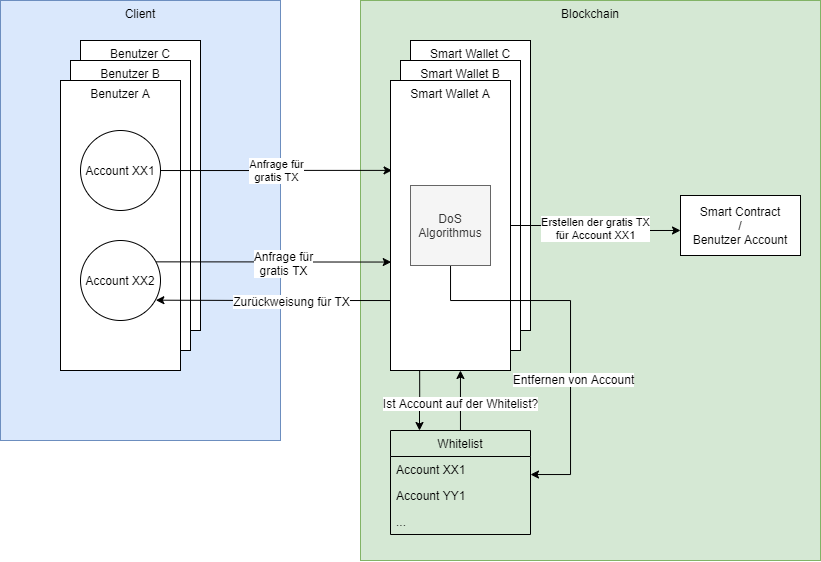
The draw.io diagram Report/images/solution1_v2.png in Geryones/BlockChain_TransactionManager, before a commit. Source tidied: cells renumbered, new cells last; positions are measured from the earlier drawing's top-left corner, leaving out a move shared by most shapes.
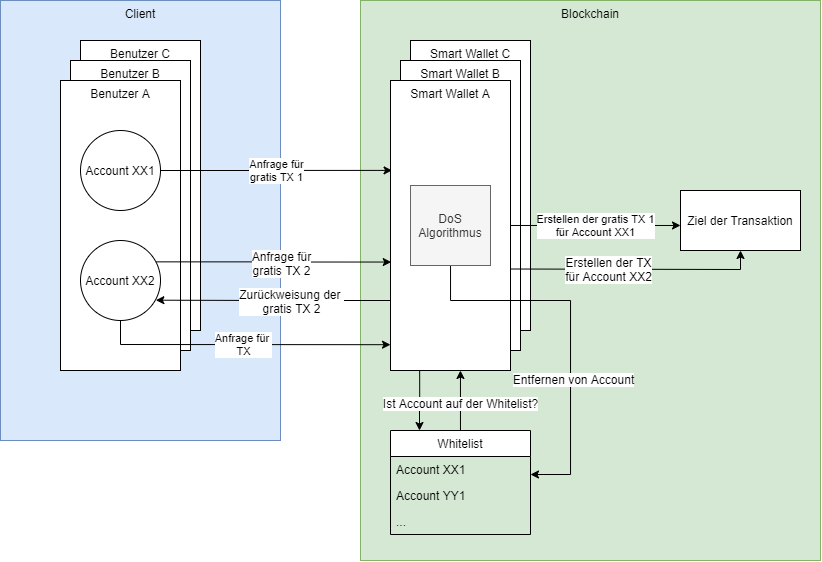
Later version of the same file.

Change to the diagram source:
```diff
@@ -17,7 +17,7 @@
     <mxCell id="6" value="Benutzer A" style="rounded=0;whiteSpace=wrap;html=1;verticalAlign=top;" parent="1" vertex="1">
       <mxGeometry x="60" y="80" width="120" height="290" as="geometry" />
     </mxCell>
-    <mxCell id="7" value="Anfrage für&lt;br&gt;gratis TX" style="edgeStyle=orthogonalEdgeStyle;rounded=0;jettySize=auto;html=1;entryX=0.013;entryY=0.31;entryDx=0;entryDy=0;entryPerimeter=0;" parent="1" edge="1" source="8" target="18">
+    <mxCell id="7" value="Anfrage für&lt;br&gt;gratis TX 1" style="edgeStyle=orthogonalEdgeStyle;rounded=0;jettySize=auto;html=1;entryX=0.013;entryY=0.31;entryDx=0;entryDy=0;entryPerimeter=0;" parent="1" edge="1" source="8" target="18">
       <mxGeometry relative="1" as="geometry" />
     </mxCell>
     <mxCell id="8" value="Account XX1" style="ellipse;whiteSpace=wrap;html=1;" parent="1" vertex="1">
@@ -26,7 +26,7 @@
     <mxCell id="9" style="edgeStyle=orthogonalEdgeStyle;rounded=0;jettySize=auto;html=1;exitX=0.946;exitY=0.267;exitDx=0;exitDy=0;exitPerimeter=0;entryX=0.006;entryY=0.626;entryDx=0;entryDy=0;entryPerimeter=0;" parent="1" edge="1" source="11" target="18">
       <mxGeometry relative="1" as="geometry" />
     </mxCell>
-    <mxCell id="10" value="Anfrage für&lt;br&gt;gratis TX" style="text;html=1;align=center;verticalAlign=middle;labelBackgroundColor=#ffffff;" parent="9" vertex="1">
+    <mxCell id="10" value="Anfrage für&lt;br&gt;gratis TX 2" style="text;html=1;align=center;verticalAlign=middle;labelBackgroundColor=#ffffff;" parent="9" vertex="1">
       <mxGeometry x="0.08" y="-1" relative="1" as="geometry" />
     </mxCell>
     <mxCell id="11" value="Account XX2" style="ellipse;whiteSpace=wrap;html=1;" parent="1" vertex="1">
@@ -43,7 +43,7 @@
         <mxPoint x="419" y="430" as="targetPoint" />
       </mxGeometry>
     </mxCell>
-    <mxCell id="15" value="Erstellen der gratis TX&lt;br&gt;für Account XX1" style="edgeStyle=orthogonalEdgeStyle;rounded=0;jettySize=auto;html=1;entryX=0;entryY=0.583;entryDx=0;entryDy=0;entryPerimeter=0;" parent="1" edge="1" source="18" target="22">
+    <mxCell id="15" value="Erstellen der gratis TX 1&lt;br&gt;für Account XX1" style="edgeStyle=orthogonalEdgeStyle;rounded=0;jettySize=auto;html=1;entryX=0;entryY=0.583;entryDx=0;entryDy=0;entryPerimeter=0;" parent="1" edge="1" source="18" target="22">
       <mxGeometry relative="1" as="geometry" />
     </mxCell>
     <mxCell id="16" style="edgeStyle=orthogonalEdgeStyle;rounded=0;jettySize=auto;html=1;entryX=0.942;entryY=0.746;entryDx=0;entryDy=0;entryPerimeter=0;exitX=0.008;exitY=0.797;exitDx=0;exitDy=0;exitPerimeter=0;" parent="1" edge="1" source="18" target="11">
@@ -54,7 +54,7 @@
         </Array>
       </mxGeometry>
     </mxCell>
-    <mxCell id="17" value="Zurückweisung für TX" style="text;html=1;align=center;verticalAlign=middle;labelBackgroundColor=#ffffff;" parent="16" vertex="1">
+    <mxCell id="17" value="Zurückweisung der &lt;br&gt;gratis TX 2" style="text;html=1;align=center;verticalAlign=middle;labelBackgroundColor=#ffffff;" parent="16" vertex="1">
       <mxGeometry x="0.1" y="1" relative="1" as="geometry">
         <mxPoint x="24.1" as="offset" />
       </mxGeometry>
@@ -77,8 +77,8 @@
     <mxCell id="21" value="DoS&lt;br&gt;Algorithmus" style="whiteSpace=wrap;html=1;fillColor=#f5f5f5;strokeColor=#666666;fontColor=#333333;" parent="1" vertex="1">
       <mxGeometry x="410" y="185" width="80" height="80" as="geometry" />
     </mxCell>
-    <mxCell id="22" value="Smart Contract&lt;br&gt;/&lt;br&gt;Benutzer Account" style="rounded=0;whiteSpace=wrap;html=1;" parent="1" vertex="1">
-      <mxGeometry x="680" y="195" width="120" height="60" as="geometry" />
+    <mxCell id="22" value="Ziel der Transaktion" style="rounded=0;whiteSpace=wrap;html=1;" parent="1" vertex="1">
+      <mxGeometry x="680" y="190" width="120" height="60" as="geometry" />
     </mxCell>
     <mxCell id="23" style="edgeStyle=orthogonalEdgeStyle;rounded=0;jettySize=auto;html=1;entryX=0.583;entryY=1;entryDx=0;entryDy=0;entryPerimeter=0;" parent="1" edge="1" source="25" target="18">
       <mxGeometry relative="1" as="geometry" />
@@ -86,7 +86,7 @@
     <mxCell id="24" value="Ist Account auf der Whitelist?" style="text;html=1;align=center;verticalAlign=middle;labelBackgroundColor=#ffffff;" parent="23" vertex="1">
       <mxGeometry x="-0.1" relative="1" as="geometry" />
     </mxCell>
-    <mxCell id="25" value="Whitelist" style="swimlane;fontStyle=0;horizontal=1;startSize=26;fillColor=none;" parent="1" vertex="1">
+    <mxCell id="25" value="Whitelist" style="swimlane;fontStyle=0;horizontal=1;startSize=26;" parent="1" vertex="1">
       <mxGeometry x="390" y="430" width="140" height="104" as="geometry" />
     </mxCell>
     <mxCell id="26" value="Account XX1" style="text;strokeColor=none;fillColor=none;align=left;verticalAlign=top;spacingLeft=4;spacingRight=4;overflow=hidden;points=[[0,0.5],[1,0.5]];portConstraint=eastwest;" parent="25" vertex="1">
@@ -98,5 +98,22 @@
     <mxCell id="28" value="..." style="text;strokeColor=none;fillColor=none;align=left;verticalAlign=top;spacingLeft=4;spacingRight=4;overflow=hidden;" parent="25" vertex="1">
       <mxGeometry y="78" width="140" height="26" as="geometry" />
     </mxCell>
+    <mxCell id="29" value="Anfrage für&amp;nbsp;&lt;br&gt;TX" style="endArrow=classic;html=1;exitX=0.5;exitY=1;exitDx=0;exitDy=0;entryX=0;entryY=0.911;entryDx=0;entryDy=0;entryPerimeter=0;rounded=0;" parent="1" edge="1" source="11" target="18">
+      <mxGeometry relative="1" as="geometry">
+        <Array as="points">
+          <mxPoint x="120" y="344" />
+        </Array>
+      </mxGeometry>
+    </mxCell>
+    <mxCell id="30" style="endArrow=classic;html=1;entryX=0.5;entryY=1;entryDx=0;entryDy=0;exitX=1;exitY=0.65;exitDx=0;exitDy=0;exitPerimeter=0;rounded=0;" parent="1" edge="1" source="18" target="22">
+      <mxGeometry relative="1" as="geometry">
+        <Array as="points">
+          <mxPoint x="740" y="269" />
+        </Array>
+      </mxGeometry>
+    </mxCell>
+    <mxCell id="31" value="Erstellen der TX&lt;br&gt;für Account XX2" style="text;html=1;align=center;verticalAlign=middle;labelBackgroundColor=#ffffff;" parent="30" vertex="1">
+      <mxGeometry x="-0.22" relative="1" as="geometry" />
+    </mxCell>
   </root>
 </mxGraphModel>
```
